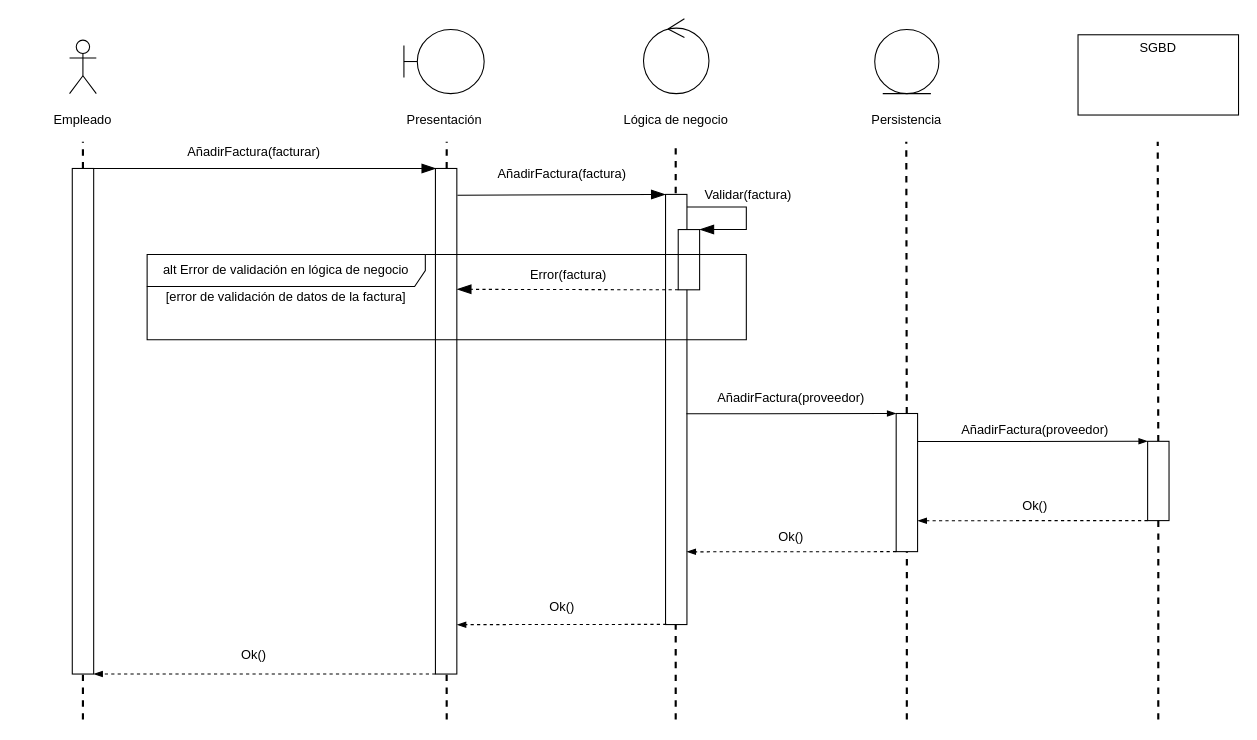
Above: diagramas/diagramas de secuencia/AnadirProveedor.drawio in felipescalera/Proyecto-IR (draw.io), before the change. Source tidied: cells renumbered, new cells numbered last; positions are measured from the earlier drawing's top-left corner, leaving out a move shared by most shapes. Both pictures are drawn from the tidied source at 107%, with x=0, y=0 at pixel (-170, 18).
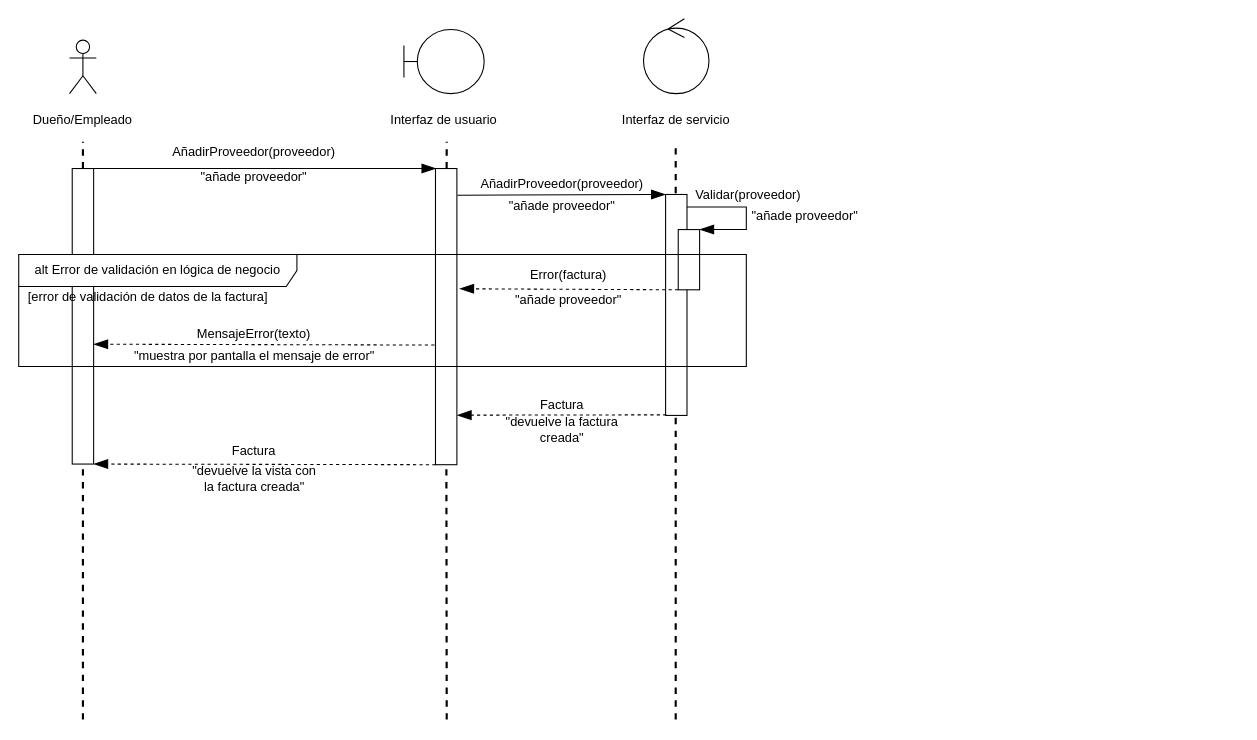
The same diagram, later.

Unchanged cells that the change refers to:
```xml
<mxCell id="8" style="group;" parent="1" vertex="1">
  <mxGeometry x="736" width="109" height="105" as="geometry" />
</mxCell>
<mxCell id="18" style="group;" parent="1" vertex="1">
  <mxGeometry x="216" y="20" width="40" height="85" as="geometry" />
</mxCell>
<mxCell id="31" style="rounded=0;whiteSpace=wrap;html=1;fontColor=none;rotation=90;" parent="1" vertex="1">
  <mxGeometry x="774.2" y="215.2" width="56.3" height="20" as="geometry" />
</mxCell>
```

Change to the diagram source:
```diff
@@
-    <mxCell id="2" style="group;" parent="1" vertex="1">
-      <mxGeometry x="1166" y="15" width="150" height="75" as="geometry" />
-    </mxCell>
-    <mxCell id="3" style="rounded=0;whiteSpace=wrap;html=1;fontColor=none;" parent="2" vertex="1">
-      <mxGeometry width="150" height="75" as="geometry" />
-    </mxCell>
-    <mxCell id="4" value="SGBD" style="text;html=1;strokeColor=none;fillColor=none;align=center;verticalAlign=middle;whiteSpace=wrap;rounded=0;fontColor=none;" parent="2" vertex="1">
-      <mxGeometry x="50" width="50" height="25" as="geometry" />
-    </mxCell>
-    <mxCell id="5" style="group;" parent="1" vertex="1">
-      <mxGeometry x="976" y="10" width="60" height="95" as="geometry" />
-    </mxCell>
-    <mxCell id="6" style="ellipse;shape=umlEntity;whiteSpace=wrap;html=1;" parent="5" vertex="1">
-      <mxGeometry width="60" height="60" as="geometry" />
-    </mxCell>
-    <mxCell id="7" value="Persistencia" style="text;html=1;strokeColor=none;fillColor=none;align=center;verticalAlign=middle;whiteSpace=wrap;rounded=0;fontColor=none;" parent="5" vertex="1">
-      <mxGeometry x="10" y="75" width="40" height="20" as="geometry" />
-    </mxCell>
@@
-    <mxCell id="10" value="Lógica de negocio" style="text;html=1;strokeColor=none;fillColor=none;align=center;verticalAlign=middle;whiteSpace=wrap;rounded=0;fontColor=none;" parent="8" vertex="1">
+    <mxCell id="10" value="Interfaz de servicio" style="text;html=1;strokeColor=none;fillColor=none;align=center;verticalAlign=middle;whiteSpace=wrap;rounded=0;fontColor=none;" parent="8" vertex="1">
       <mxGeometry y="85" width="109" height="20" as="geometry" />
     </mxCell>
     <mxCell id="11" style="group;" parent="1" vertex="1">
-      <mxGeometry x="536" y="10" width="75" height="95" as="geometry" />
+      <mxGeometry x="536" y="10" width="120" height="95" as="geometry" />
     </mxCell>
@@
-    <mxCell id="13" value="Presentación" style="text;html=1;strokeColor=none;fillColor=none;align=center;verticalAlign=middle;whiteSpace=wrap;rounded=0;fontColor=none;" parent="11" vertex="1">
-      <mxGeometry x="17.5" y="75" width="40" height="20" as="geometry" />
+    <mxCell id="13" value="Interfaz de usuario" style="text;html=1;strokeColor=none;fillColor=none;align=center;verticalAlign=middle;whiteSpace=wrap;rounded=0;fontColor=none;" parent="11" vertex="1">
+      <mxGeometry x="-13.8" y="75" width="102.5" height="20" as="geometry" />
     </mxCell>
@@
-    <mxCell id="16" style="endArrow=none;dashed=1;html=1;fontColor=none;strokeWidth=2;" parent="1" edge="1" source="38">
-      <mxGeometry relative="1" as="geometry">
-        <mxPoint x="1005.5" y="115" as="targetPoint" />
-      </mxGeometry>
-    </mxCell>
-    <mxCell id="17" style="endArrow=none;dashed=1;html=1;fontColor=none;strokeWidth=2;" parent="1" edge="1" source="42">
-      <mxGeometry relative="1" as="geometry">
-        <mxPoint x="1240.5" y="115" as="targetPoint" />
-      </mxGeometry>
-    </mxCell>
@@
-    <mxCell id="20" value="Empleado" style="text;html=1;strokeColor=none;fillColor=none;align=center;verticalAlign=middle;whiteSpace=wrap;rounded=0;fontColor=none;" parent="18" vertex="1">
+    <mxCell id="20" value="Dueño/Empleado" style="text;html=1;strokeColor=none;fillColor=none;align=center;verticalAlign=middle;whiteSpace=wrap;rounded=0;fontColor=none;" parent="18" vertex="1">
       <mxGeometry y="65" width="40" height="20" as="geometry" />
     </mxCell>
@@
     <mxCell id="22" style="rounded=0;whiteSpace=wrap;html=1;fontColor=none;rotation=90;" parent="1" vertex="1">
-      <mxGeometry x="-0.2" y="366.2" width="472.5" height="20" as="geometry" />
+      <mxGeometry x="97.9" y="268.1" width="276.2" height="20" as="geometry" />
     </mxCell>
@@
     <mxCell id="24" style="rounded=0;whiteSpace=wrap;html=1;fontColor=none;rotation=90;" parent="1" vertex="1">
-      <mxGeometry x="339.2" y="366.2" width="472.5" height="20" as="geometry" />
+      <mxGeometry x="437.1" y="268.4" width="276.8" height="20" as="geometry" />
     </mxCell>
@@
-    <mxCell id="27" value="AñadirFactura(facturar)" style="text;html=1;strokeColor=none;fillColor=none;align=center;verticalAlign=middle;whiteSpace=wrap;rounded=0;" parent="1" vertex="1">
+    <mxCell id="27" value="AñadirProveedor(proveedor)" style="text;html=1;strokeColor=none;fillColor=none;align=center;verticalAlign=middle;whiteSpace=wrap;rounded=0;" parent="1" vertex="1">
       <mxGeometry x="376" y="115" width="40" height="20" as="geometry" />
     </mxCell>
     <mxCell id="28" style="rounded=0;whiteSpace=wrap;html=1;fontColor=none;rotation=90;" parent="1" vertex="1">
-      <mxGeometry x="589.5" y="355.2" width="402" height="20" as="geometry" />
+      <mxGeometry x="687.3" y="257.5" width="206.5" height="20" as="geometry" />
     </mxCell>
@@
-    <mxCell id="30" value="AñadirFactura(factura)" style="text;html=1;strokeColor=none;fillColor=none;align=center;verticalAlign=middle;whiteSpace=wrap;rounded=0;" parent="1" vertex="1">
-      <mxGeometry x="663.5" y="135" width="40" height="20" as="geometry" />
-    </mxCell>
@@
     <mxCell id="32" value="[error de validación de datos de la factura]" style="text;html=1;strokeColor=none;fillColor=none;align=center;verticalAlign=middle;whiteSpace=wrap;rounded=0;" parent="1" vertex="1">
-      <mxGeometry x="306" y="250.2" width="240" height="20" as="geometry" />
+      <mxGeometry x="177" y="250.2" width="240" height="20" as="geometry" />
     </mxCell>
@@
-    <mxCell id="34" value="Validar(factura)" style="text;html=1;strokeColor=none;fillColor=none;align=center;verticalAlign=middle;whiteSpace=wrap;rounded=0;" parent="1" vertex="1">
+    <mxCell id="34" value="Validar(proveedor)" style="text;html=1;strokeColor=none;fillColor=none;align=center;verticalAlign=middle;whiteSpace=wrap;rounded=0;" parent="1" vertex="1">
       <mxGeometry x="838" y="155" width="40" height="20" as="geometry" />
     </mxCell>
-    <mxCell id="35" style="endArrow=blockThin;html=1;strokeWidth=1;fontColor=none;endFill=1;endSize=11;exitX=1;exitY=1;exitDx=0;exitDy=0;entryX=0.239;entryY=-0.006;entryDx=0;entryDy=0;entryPerimeter=0;dashed=1;" parent="1" edge="1" source="31" target="24">
+    <mxCell id="35" style="endArrow=blockThin;html=1;strokeWidth=1;fontColor=none;endFill=1;endSize=11;exitX=1;exitY=1;exitDx=0;exitDy=0;entryX=0.406;entryY=-0.125;entryDx=0;entryDy=0;entryPerimeter=0;dashed=1;" parent="1" edge="1" source="31" target="24">
       <mxGeometry relative="1" as="geometry" />
     </mxCell>
-    <mxCell id="36" value="alt Error de validación en lógica de negocio" style="shape=umlFrame;whiteSpace=wrap;html=1;width=260;height=30;" parent="1" vertex="1">
-      <mxGeometry x="296" y="220.3" width="560" height="79.8" as="geometry" />
-    </mxCell>
@@
-    <mxCell id="38" style="rounded=0;whiteSpace=wrap;html=1;fontColor=none;rotation=90;" parent="1" vertex="1">
-      <mxGeometry x="941.5" y="423.5" width="129.1" height="20" as="geometry" />
-    </mxCell>
-    <mxCell id="39" style="endArrow=none;dashed=1;html=1;fontColor=none;strokeWidth=2;" parent="1" edge="1" target="38">
-      <mxGeometry relative="1" as="geometry">
-        <mxPoint x="1006" y="655" as="sourcePoint" />
-      </mxGeometry>
-    </mxCell>
-    <mxCell id="40" style="endArrow=blockThin;html=1;endFill=1;exitX=0.51;exitY=0.025;exitDx=0;exitDy=0;exitPerimeter=0;" parent="1" edge="1" source="28">
-      <mxGeometry relative="1" as="geometry">
-        <mxPoint x="996" y="369" as="targetPoint" />
-      </mxGeometry>
-    </mxCell>
-    <mxCell id="41" value="AñadirFactura(proveedor)" style="text;html=1;strokeColor=none;fillColor=none;align=center;verticalAlign=middle;whiteSpace=wrap;rounded=0;" parent="1" vertex="1">
-      <mxGeometry x="878" y="345" width="40" height="20" as="geometry" />
-    </mxCell>
-    <mxCell id="42" style="rounded=0;whiteSpace=wrap;html=1;fontColor=none;rotation=90;" parent="1" vertex="1">
-      <mxGeometry x="1204" y="422" width="74.1" height="20" as="geometry" />
-    </mxCell>
-    <mxCell id="43" style="endArrow=none;dashed=1;html=1;fontColor=none;strokeWidth=2;" parent="1" edge="1" target="42">
-      <mxGeometry relative="1" as="geometry">
-        <mxPoint x="1241" y="655" as="sourcePoint" />
-      </mxGeometry>
-    </mxCell>
-    <mxCell id="44" style="endArrow=blockThin;html=1;exitX=1;exitY=0;exitDx=0;exitDy=0;endFill=1;entryX=0;entryY=1;entryDx=0;entryDy=0;" parent="1" edge="1" target="42">
-      <mxGeometry relative="1" as="geometry">
-        <mxPoint x="1016" y="395.1" as="sourcePoint" />
-      </mxGeometry>
-    </mxCell>
-    <mxCell id="45" value="AñadirFactura(proveedor)" style="text;html=1;strokeColor=none;fillColor=none;align=center;verticalAlign=middle;whiteSpace=wrap;rounded=0;" parent="1" vertex="1">
-      <mxGeometry x="1106" y="375" width="40" height="20" as="geometry" />
-    </mxCell>
-    <mxCell id="46" style="endArrow=blockThin;html=1;exitX=1;exitY=1;exitDx=0;exitDy=0;endFill=1;dashed=1;entryX=0.776;entryY=-0.008;entryDx=0;entryDy=0;entryPerimeter=0;" parent="1" edge="1" source="42" target="38">
-      <mxGeometry relative="1" as="geometry" />
-    </mxCell>
-    <mxCell id="47" value="Ok()" style="text;html=1;strokeColor=none;fillColor=none;align=center;verticalAlign=middle;whiteSpace=wrap;rounded=0;" parent="1" vertex="1">
-      <mxGeometry x="1106" y="446" width="40" height="20" as="geometry" />
-    </mxCell>
-    <mxCell id="48" style="endArrow=blockThin;html=1;exitX=1;exitY=1;exitDx=0;exitDy=0;endFill=1;dashed=1;entryX=0.831;entryY=0.006;entryDx=0;entryDy=0;entryPerimeter=0;" parent="1" edge="1" source="38" target="28">
-      <mxGeometry relative="1" as="geometry" />
-    </mxCell>
-    <mxCell id="49" value="Ok()" style="text;html=1;strokeColor=none;fillColor=none;align=center;verticalAlign=middle;whiteSpace=wrap;rounded=0;" parent="1" vertex="1">
-      <mxGeometry x="878" y="475" width="40" height="20" as="geometry" />
-    </mxCell>
-    <mxCell id="50" style="endArrow=blockThin;html=1;exitX=1;exitY=1;exitDx=0;exitDy=0;endFill=1;dashed=1;entryX=0.831;entryY=0.006;entryDx=0;entryDy=0;entryPerimeter=0;" parent="1" edge="1">
+    <mxCell id="50" style="endArrow=blockThin;html=1;exitX=1;exitY=1;exitDx=0;exitDy=0;endFill=1;dashed=1;entryX=0.831;entryY=0.006;entryDx=0;entryDy=0;entryPerimeter=0;endSize=11;" parent="1" edge="1">
       <mxGeometry relative="1" as="geometry">
-        <mxPoint x="781.3" y="566" as="sourcePoint" />
-        <mxPoint x="585.7" y="566.3" as="targetPoint" />
+        <mxPoint x="781.3" y="370.2" as="sourcePoint" />
+        <mxPoint x="585.7" y="370.5" as="targetPoint" />
       </mxGeometry>
     </mxCell>
-    <mxCell id="51" style="endArrow=blockThin;html=1;exitX=1;exitY=1;exitDx=0;exitDy=0;endFill=1;dashed=1;entryX=1;entryY=0;entryDx=0;entryDy=0;" parent="1" edge="1" source="24" target="22">
+    <mxCell id="51" style="endArrow=blockThin;html=1;exitX=1;exitY=1;exitDx=0;exitDy=0;endFill=1;dashed=1;entryX=1;entryY=0;entryDx=0;entryDy=0;endSize=11;" parent="1" edge="1" source="24" target="22">
       <mxGeometry relative="1" as="geometry" />
     </mxCell>
-    <mxCell id="52" value="Ok()" style="text;html=1;strokeColor=none;fillColor=none;align=center;verticalAlign=middle;whiteSpace=wrap;rounded=0;" parent="1" vertex="1">
-      <mxGeometry x="663.5" y="540" width="40" height="20" as="geometry" />
+    <mxCell id="52" value="Factura" style="text;html=1;strokeColor=none;fillColor=none;align=center;verticalAlign=middle;whiteSpace=wrap;rounded=0;" parent="1" vertex="1">
+      <mxGeometry x="663.5" y="351.2" width="40" height="20" as="geometry" />
     </mxCell>
-    <mxCell id="53" value="Ok()" style="text;html=1;strokeColor=none;fillColor=none;align=center;verticalAlign=middle;whiteSpace=wrap;rounded=0;" parent="1" vertex="1">
-      <mxGeometry x="376" y="585" width="40" height="20" as="geometry" />
+    <mxCell id="53" value="Factura" style="text;html=1;strokeColor=none;fillColor=none;align=center;verticalAlign=middle;whiteSpace=wrap;rounded=0;" parent="1" vertex="1">
+      <mxGeometry x="376" y="394.2" width="40" height="20" as="geometry" />
     </mxCell>
+    <mxCell id="54" value="AñadirProveedor(proveedor)" style="text;html=1;strokeColor=none;fillColor=none;align=center;verticalAlign=middle;whiteSpace=wrap;rounded=0;" parent="1" vertex="1">
+      <mxGeometry x="663.5" y="145" width="40" height="20" as="geometry" />
+    </mxCell>
+    <mxCell id="55" value="&quot;añade proveedor&quot;" style="text;html=1;strokeColor=none;fillColor=none;align=center;verticalAlign=middle;whiteSpace=wrap;rounded=0;" parent="1" vertex="1">
+      <mxGeometry x="341" y="138" width="110" height="20" as="geometry" />
+    </mxCell>
+    <mxCell id="56" value="&quot;añade proveedor&quot;" style="text;html=1;strokeColor=none;fillColor=none;align=center;verticalAlign=middle;whiteSpace=wrap;rounded=0;" parent="1" vertex="1">
+      <mxGeometry x="628.5" y="165" width="110" height="20" as="geometry" />
+    </mxCell>
+    <mxCell id="57" value="&quot;añade proveedor&quot;" style="text;html=1;strokeColor=none;fillColor=none;align=center;verticalAlign=middle;whiteSpace=wrap;rounded=0;" parent="1" vertex="1">
+      <mxGeometry x="856" y="175" width="110" height="20" as="geometry" />
+    </mxCell>
+    <mxCell id="58" value="&quot;añade proveedor&quot;" style="text;html=1;strokeColor=none;fillColor=none;align=center;verticalAlign=middle;whiteSpace=wrap;rounded=0;" parent="1" vertex="1">
+      <mxGeometry x="635" y="252.6" width="110" height="20" as="geometry" />
+    </mxCell>
+    <mxCell id="59" value="&quot;muestra por pantalla el mensaje de error&quot;" style="text;html=1;strokeColor=none;fillColor=none;align=center;verticalAlign=middle;whiteSpace=wrap;rounded=0;" parent="1" vertex="1">
+      <mxGeometry x="278.5" y="305" width="235" height="20" as="geometry" />
+    </mxCell>
+    <mxCell id="60" style="endArrow=blockThin;html=1;strokeWidth=1;fontColor=none;endFill=1;endSize=11;exitX=0.596;exitY=1.048;exitDx=0;exitDy=0;entryX=0.239;entryY=-0.006;entryDx=0;entryDy=0;entryPerimeter=0;dashed=1;exitPerimeter=0;" parent="1" edge="1" source="24">
+      <mxGeometry relative="1" as="geometry">
+        <mxPoint x="246" y="304.2" as="targetPoint" />
+      </mxGeometry>
+    </mxCell>
+    <mxCell id="61" value="MensajeError(texto)" style="text;html=1;strokeColor=none;fillColor=none;align=center;verticalAlign=middle;whiteSpace=wrap;rounded=0;" parent="1" vertex="1">
+      <mxGeometry x="376" y="285" width="40" height="20" as="geometry" />
+    </mxCell>
+    <mxCell id="62" value="&quot;devuelve la factura creada&quot;" style="text;html=1;strokeColor=none;fillColor=none;align=center;verticalAlign=middle;whiteSpace=wrap;rounded=0;" parent="1" vertex="1">
+      <mxGeometry x="628.5" y="374.2" width="110" height="20" as="geometry" />
+    </mxCell>
+    <mxCell id="63" value="&quot;devuelve la vista con la factura creada&quot;" style="text;html=1;strokeColor=none;fillColor=none;align=center;verticalAlign=middle;whiteSpace=wrap;rounded=0;" parent="1" vertex="1">
+      <mxGeometry x="333.5" y="420.2" width="125" height="20" as="geometry" />
+    </mxCell>
+    <mxCell id="36" value="alt Error de validación en lógica de negocio" style="shape=umlFrame;whiteSpace=wrap;html=1;width=260;height=30;" parent="1" vertex="1">
+      <mxGeometry x="176" y="220.3" width="680" height="104.7" as="geometry" />
+    </mxCell>
```
